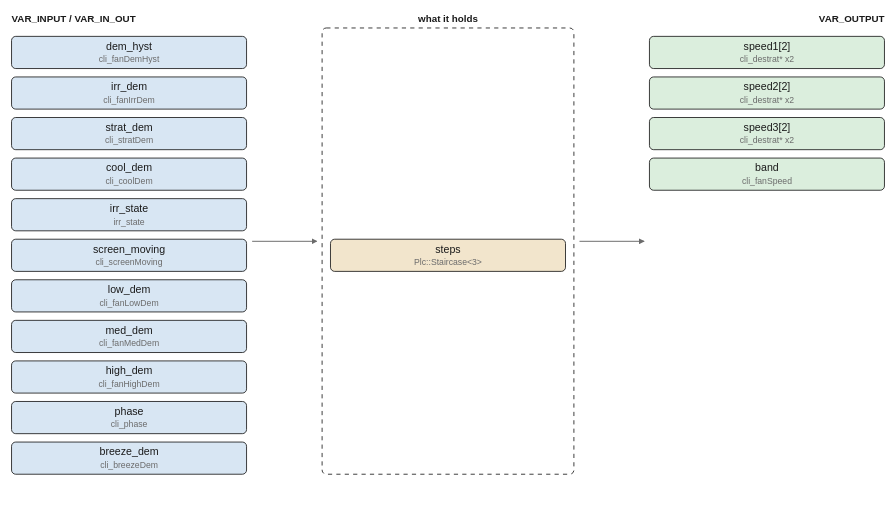
Before: images/logic/fans.drawio.svg, a diagram exported from draw.io (pstch/botanik2). Source tidied: cells renumbered, new cells last; positions are measured from the earlier drawing's top-left corner, leaving out a move shared by most shapes.
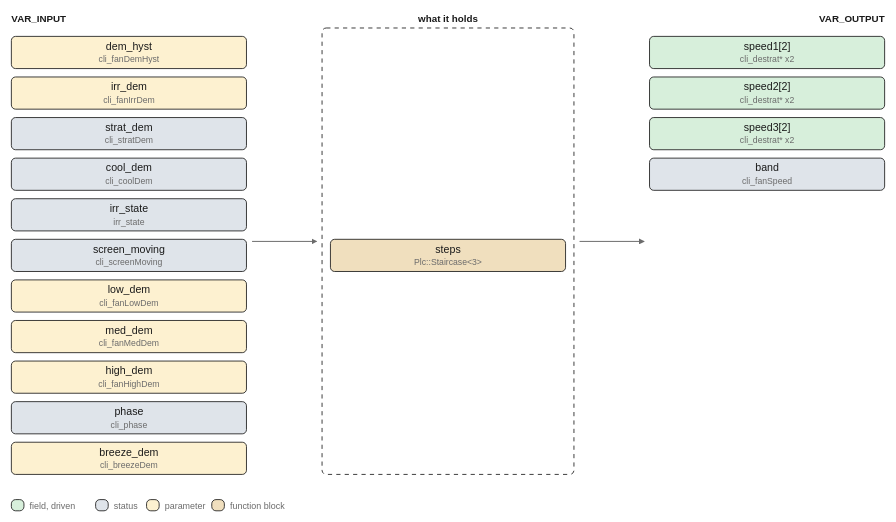
Later version of the same file.

Change to the diagram source:
```diff
@@ -2,8 +2,8 @@
   <root>
     <mxCell id="0" />
     <mxCell id="1" parent="0" />
-    <mxCell id="2" value="VAR_INPUT / VAR_IN_OUT" style="text;html=1;fontSize=7;fontColor=#1a1a1a;align=left;fontStyle=1;" parent="1" vertex="1">
-      <mxGeometry width="110" height="11" as="geometry" />
+    <mxCell id="2" value="VAR_INPUT" style="text;html=1;fontSize=7;fontColor=#1a1a1a;align=left;fontStyle=1;" parent="1" vertex="1">
+      <mxGeometry width="45" height="11" as="geometry" />
     </mxCell>
     <mxCell id="3" value="what it holds" style="text;html=1;fontSize=7;fontColor=#1a1a1a;align=center;fontStyle=1;" parent="1" vertex="1">
       <mxGeometry x="312" width="65" height="11" as="geometry" />
@@ -11,55 +11,55 @@
     <mxCell id="4" value="VAR_OUTPUT" style="text;html=1;fontSize=7;fontColor=#1a1a1a;align=left;fontStyle=1;" parent="1" vertex="1">
       <mxGeometry x="624" width="50" height="11" as="geometry" />
     </mxCell>
-    <mxCell id="5" value="dem_hyst" style="rounded=1;fillColor=#d8e6f3;strokeColor=#1a1a1a;whiteSpace=wrap;html=1;fontSize=8;" parent="1" vertex="1">
+    <mxCell id="5" value="dem_hyst" style="rounded=1;fillColor=#fdf1d0;strokeColor=#1a1a1a;whiteSpace=wrap;html=1;fontSize=8;" parent="1" vertex="1">
       <mxGeometry y="17" width="168" height="23" as="geometry" />
     </mxCell>
-    <mxCell id="6" value="irr_dem" style="rounded=1;fillColor=#d8e6f3;strokeColor=#1a1a1a;whiteSpace=wrap;html=1;fontSize=8;" parent="1" vertex="1">
+    <mxCell id="6" value="irr_dem" style="rounded=1;fillColor=#fdf1d0;strokeColor=#1a1a1a;whiteSpace=wrap;html=1;fontSize=8;" parent="1" vertex="1">
       <mxGeometry y="46" width="168" height="23" as="geometry" />
     </mxCell>
-    <mxCell id="7" value="strat_dem" style="rounded=1;fillColor=#d8e6f3;strokeColor=#1a1a1a;whiteSpace=wrap;html=1;fontSize=8;" parent="1" vertex="1">
+    <mxCell id="7" value="strat_dem" style="rounded=1;fillColor=#dfe4ea;strokeColor=#1a1a1a;whiteSpace=wrap;html=1;fontSize=8;" parent="1" vertex="1">
       <mxGeometry y="75" width="168" height="23" as="geometry" />
     </mxCell>
-    <mxCell id="8" value="cool_dem" style="rounded=1;fillColor=#d8e6f3;strokeColor=#1a1a1a;whiteSpace=wrap;html=1;fontSize=8;" parent="1" vertex="1">
+    <mxCell id="8" value="cool_dem" style="rounded=1;fillColor=#dfe4ea;strokeColor=#1a1a1a;whiteSpace=wrap;html=1;fontSize=8;" parent="1" vertex="1">
       <mxGeometry y="104" width="168" height="23" as="geometry" />
     </mxCell>
-    <mxCell id="9" value="irr_state" style="rounded=1;fillColor=#d8e6f3;strokeColor=#1a1a1a;whiteSpace=wrap;html=1;fontSize=8;" parent="1" vertex="1">
+    <mxCell id="9" value="irr_state" style="rounded=1;fillColor=#dfe4ea;strokeColor=#1a1a1a;whiteSpace=wrap;html=1;fontSize=8;" parent="1" vertex="1">
       <mxGeometry y="133" width="168" height="23" as="geometry" />
     </mxCell>
-    <mxCell id="10" value="screen_moving" style="rounded=1;fillColor=#d8e6f3;strokeColor=#1a1a1a;whiteSpace=wrap;html=1;fontSize=8;" parent="1" vertex="1">
+    <mxCell id="10" value="screen_moving" style="rounded=1;fillColor=#dfe4ea;strokeColor=#1a1a1a;whiteSpace=wrap;html=1;fontSize=8;" parent="1" vertex="1">
       <mxGeometry y="162" width="168" height="23" as="geometry" />
     </mxCell>
-    <mxCell id="11" value="low_dem" style="rounded=1;fillColor=#d8e6f3;strokeColor=#1a1a1a;whiteSpace=wrap;html=1;fontSize=8;" parent="1" vertex="1">
+    <mxCell id="11" value="low_dem" style="rounded=1;fillColor=#fdf1d0;strokeColor=#1a1a1a;whiteSpace=wrap;html=1;fontSize=8;" parent="1" vertex="1">
       <mxGeometry y="191" width="168" height="23" as="geometry" />
     </mxCell>
-    <mxCell id="12" value="med_dem" style="rounded=1;fillColor=#d8e6f3;strokeColor=#1a1a1a;whiteSpace=wrap;html=1;fontSize=8;" parent="1" vertex="1">
+    <mxCell id="12" value="med_dem" style="rounded=1;fillColor=#fdf1d0;strokeColor=#1a1a1a;whiteSpace=wrap;html=1;fontSize=8;" parent="1" vertex="1">
       <mxGeometry y="220" width="168" height="23" as="geometry" />
     </mxCell>
-    <mxCell id="13" value="high_dem" style="rounded=1;fillColor=#d8e6f3;strokeColor=#1a1a1a;whiteSpace=wrap;html=1;fontSize=8;" parent="1" vertex="1">
+    <mxCell id="13" value="high_dem" style="rounded=1;fillColor=#fdf1d0;strokeColor=#1a1a1a;whiteSpace=wrap;html=1;fontSize=8;" parent="1" vertex="1">
       <mxGeometry y="249" width="168" height="23" as="geometry" />
     </mxCell>
-    <mxCell id="14" value="phase" style="rounded=1;fillColor=#d8e6f3;strokeColor=#1a1a1a;whiteSpace=wrap;html=1;fontSize=8;" parent="1" vertex="1">
+    <mxCell id="14" value="phase" style="rounded=1;fillColor=#dfe4ea;strokeColor=#1a1a1a;whiteSpace=wrap;html=1;fontSize=8;" parent="1" vertex="1">
       <mxGeometry y="278" width="168" height="23" as="geometry" />
     </mxCell>
-    <mxCell id="15" value="breeze_dem" style="rounded=1;fillColor=#d8e6f3;strokeColor=#1a1a1a;whiteSpace=wrap;html=1;fontSize=8;" parent="1" vertex="1">
+    <mxCell id="15" value="breeze_dem" style="rounded=1;fillColor=#fdf1d0;strokeColor=#1a1a1a;whiteSpace=wrap;html=1;fontSize=8;" parent="1" vertex="1">
       <mxGeometry y="307" width="168" height="23" as="geometry" />
     </mxCell>
-    <mxCell id="16" value="speed1[2]" style="rounded=1;fillColor=#dbeedd;strokeColor=#1a1a1a;whiteSpace=wrap;html=1;fontSize=8;" parent="1" vertex="1">
+    <mxCell id="16" value="speed1[2]" style="rounded=1;fillColor=#d7efdb;strokeColor=#1a1a1a;whiteSpace=wrap;html=1;fontSize=8;" parent="1" vertex="1">
       <mxGeometry x="456" y="17" width="168" height="23" as="geometry" />
     </mxCell>
-    <mxCell id="17" value="speed2[2]" style="rounded=1;fillColor=#dbeedd;strokeColor=#1a1a1a;whiteSpace=wrap;html=1;fontSize=8;" parent="1" vertex="1">
+    <mxCell id="17" value="speed2[2]" style="rounded=1;fillColor=#d7efdb;strokeColor=#1a1a1a;whiteSpace=wrap;html=1;fontSize=8;" parent="1" vertex="1">
       <mxGeometry x="456" y="46" width="168" height="23" as="geometry" />
     </mxCell>
-    <mxCell id="18" value="speed3[2]" style="rounded=1;fillColor=#dbeedd;strokeColor=#1a1a1a;whiteSpace=wrap;html=1;fontSize=8;" parent="1" vertex="1">
+    <mxCell id="18" value="speed3[2]" style="rounded=1;fillColor=#d7efdb;strokeColor=#1a1a1a;whiteSpace=wrap;html=1;fontSize=8;" parent="1" vertex="1">
       <mxGeometry x="456" y="75" width="168" height="23" as="geometry" />
     </mxCell>
-    <mxCell id="19" value="band" style="rounded=1;fillColor=#dbeedd;strokeColor=#1a1a1a;whiteSpace=wrap;html=1;fontSize=8;" parent="1" vertex="1">
+    <mxCell id="19" value="band" style="rounded=1;fillColor=#dfe4ea;strokeColor=#1a1a1a;whiteSpace=wrap;html=1;fontSize=8;" parent="1" vertex="1">
       <mxGeometry x="456" y="104" width="168" height="23" as="geometry" />
     </mxCell>
     <mxCell id="20" style="rounded=1;fillColor=#ffffff;strokeColor=#1a1a1a;whiteSpace=wrap;html=1;fontSize=8;dashed=1;" parent="1" vertex="1">
       <mxGeometry x="222" y="11" width="180" height="319" as="geometry" />
     </mxCell>
-    <mxCell id="21" value="steps" style="rounded=1;fillColor=#f2e5cc;strokeColor=#1a1a1a;whiteSpace=wrap;html=1;fontSize=8;" parent="1" vertex="1">
+    <mxCell id="21" value="steps" style="rounded=1;fillColor=#f0dfbe;strokeColor=#1a1a1a;whiteSpace=wrap;html=1;fontSize=8;" parent="1" vertex="1">
       <mxGeometry x="228" y="162" width="168" height="23" as="geometry" />
     </mxCell>
     <mxCell id="22" style="edgeStyle=none;html=1;strokeColor=#6b6b6b;endArrow=block;" parent="1" edge="1">
@@ -74,5 +74,29 @@
         <mxPoint x="452" y="163.5" as="targetPoint" />
       </mxGeometry>
     </mxCell>
+    <mxCell id="24" style="rounded=1;fillColor=#d7efdb;strokeColor=#1a1a1a;whiteSpace=wrap;html=1;fontSize=8;" parent="1" vertex="1">
+      <mxGeometry y="348" width="9" height="8" as="geometry" />
+    </mxCell>
+    <mxCell id="25" value="field, driven" style="text;html=1;fontSize=6;fontColor=#6b6b6b;align=left;" parent="1" vertex="1">
+      <mxGeometry x="13" y="348.6" width="65" height="10.4" as="geometry" />
+    </mxCell>
+    <mxCell id="26" style="rounded=1;fillColor=#dfe4ea;strokeColor=#1a1a1a;whiteSpace=wrap;html=1;fontSize=8;" parent="1" vertex="1">
+      <mxGeometry x="60.2" y="348" width="9" height="8" as="geometry" />
+    </mxCell>
+    <mxCell id="27" value="status" style="text;html=1;fontSize=6;fontColor=#6b6b6b;align=left;" parent="1" vertex="1">
+      <mxGeometry x="73.2" y="348.6" width="40" height="10.4" as="geometry" />
+    </mxCell>
+    <mxCell id="28" style="rounded=1;fillColor=#fdf1d0;strokeColor=#1a1a1a;whiteSpace=wrap;html=1;fontSize=8;" parent="1" vertex="1">
+      <mxGeometry x="96.6" y="348" width="9" height="8" as="geometry" />
+    </mxCell>
+    <mxCell id="29" value="parameter" style="text;html=1;fontSize=6;fontColor=#6b6b6b;align=left;" parent="1" vertex="1">
+      <mxGeometry x="109.6" y="348.6" width="45" height="10.4" as="geometry" />
+    </mxCell>
+    <mxCell id="30" style="rounded=1;fillColor=#f0dfbe;strokeColor=#1a1a1a;whiteSpace=wrap;html=1;fontSize=8;" parent="1" vertex="1">
+      <mxGeometry x="143.2" y="348" width="9" height="8" as="geometry" />
+    </mxCell>
+    <mxCell id="31" value="function block" style="text;html=1;fontSize=6;fontColor=#6b6b6b;align=left;" parent="1" vertex="1">
+      <mxGeometry x="156.2" y="348.6" width="70" height="10.4" as="geometry" />
+    </mxCell>
   </root>
 </mxGraphModel>
```
